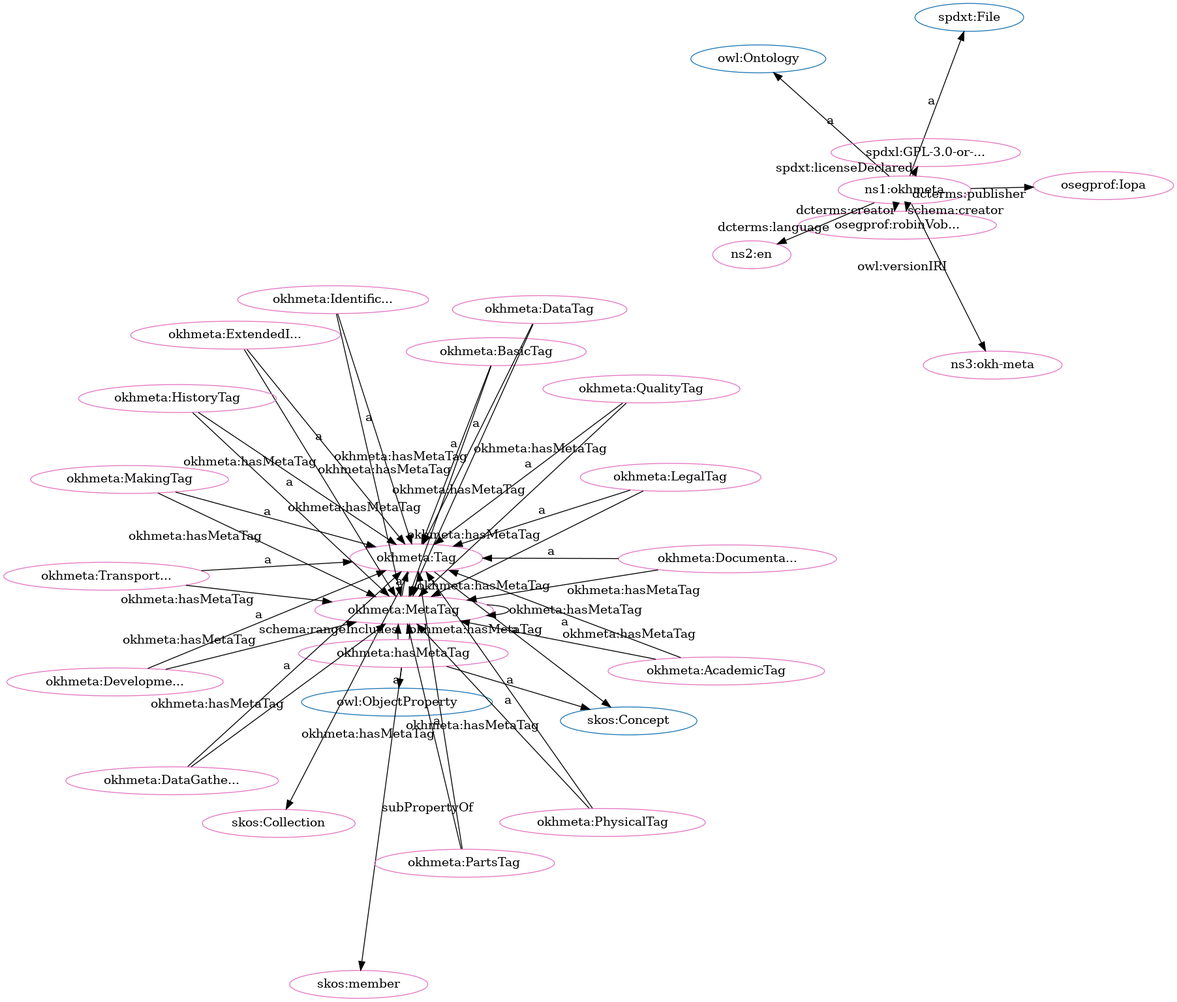
Before: src/spec/fdp_okh-meta.png, a diagram exported from Graphviz (iop-alliance/OpenKnowHow). Its source is kept beside it as src/spec/fdp_okh-meta.dot.
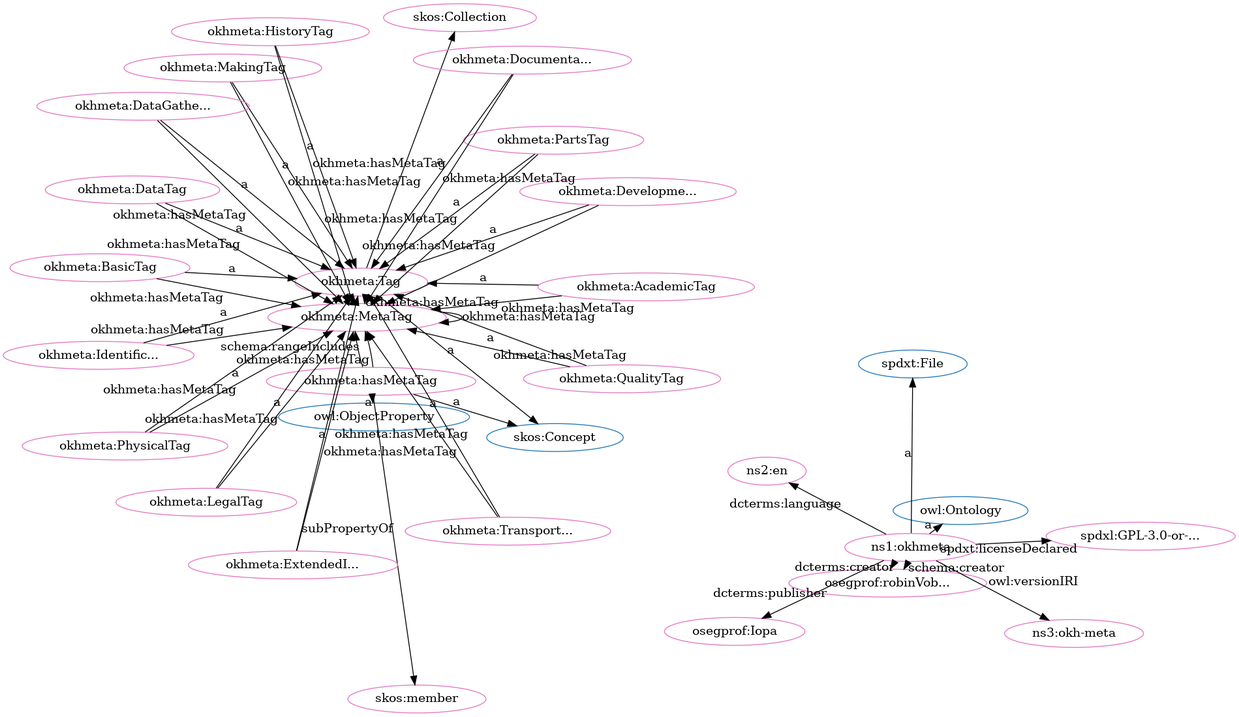
Above is the later version.

What changed in the source:
```diff
@@ -1,85 +1,85 @@
 digraph G {
   rankdir=BT
   node[height=.3]
+"http://spdx.org/rdf/terms#File" [fillcolor="#1f77b4" color="#1f77b4" label="spdxt:File"]
+"http://www.w3.org/2002/07/owl#ObjectProperty" [fillcolor="#1f77b4" color="#1f77b4" label="owl:ObjectProperty"]
+"http://www.w3.org/2004/02/skos/core#Concept" [fillcolor="#1f77b4" color="#1f77b4" label="skos:Concept"]
+"http://www.w3.org/2002/07/owl#Ontology" [fillcolor="#1f77b4" color="#1f77b4" label="owl:Ontology"]
+"https://w3id.org/oseg/ont/okhmeta#Tag" [fillcolor="#1f77b4" color="#1f77b4" label="okhmeta:Tag"]
 "http://www.w3.org/2004/02/skos/core#Collection" [fillcolor="#1f77b4" color="#1f77b4" label="skos:Collection"]
-"http://www.w3.org/2002/07/owl#Ontology" [fillcolor="#1f77b4" color="#1f77b4" label="owl:Ontology"]
-"http://www.w3.org/2004/02/skos/core#Concept" [fillcolor="#1f77b4" color="#1f77b4" label="skos:Concept"]
-"http://www.w3.org/2002/07/owl#ObjectProperty" [fillcolor="#1f77b4" color="#1f77b4" label="owl:ObjectProperty"]
 "https://w3id.org/oseg/ont/okhmeta#MetaTag" [fillcolor="#1f77b4" color="#1f77b4" label="okhmeta:MetaTag"]
-"https://w3id.org/oseg/ont/okhmeta#Tag" [fillcolor="#1f77b4" color="#1f77b4" label="okhmeta:Tag"]
-"http://spdx.org/rdf/terms#File" [fillcolor="#1f77b4" color="#1f77b4" label="spdxt:File"]
-"https://w3id.org/oseg/ont/okhmeta#DocumentationTag" [fillcolor="#e377c2" color="#e377c2" label="okhmeta:Documenta..."]
+"https://w3id.org/oseg/ont/okhmeta#IdentificationTag" [fillcolor="#e377c2" color="#e377c2" label="okhmeta:Identific..."]
+"https://w3id.org/oseg/ont/okhmeta#hasMetaTag" [fillcolor="#e377c2" color="#e377c2" label="okhmeta:hasMetaTag"]
+"https://w3id.org/oseg/ont/okhmeta#PartsTag" [fillcolor="#e377c2" color="#e377c2" label="okhmeta:PartsTag"]
+"https://w3id.org/oseg/ont/okhmeta#MetaTag" [fillcolor="#e377c2" color="#e377c2" label="okhmeta:MetaTag"]
+"https://w3id.org/oseg/ont/okhmeta#LegalTag" [fillcolor="#e377c2" color="#e377c2" label="okhmeta:LegalTag"]
 "https://w3id.org/oseg/ont/oseg-profiles#robinVobruba" [fillcolor="#e377c2" color="#e377c2" label="osegprof:robinVob..."]
-"https://w3id.org/oseg/ont/okhmeta#MetaTag" [fillcolor="#e377c2" color="#e377c2" label="okhmeta:MetaTag"]
-"https://w3id.org/oseg/ont/okhmeta#hasMetaTag" [fillcolor="#e377c2" color="#e377c2" label="okhmeta:hasMetaTag"]
 "https://w3id.org/oseg/ont/okhmeta#Tag" [fillcolor="#e377c2" color="#e377c2" label="okhmeta:Tag"]
-"https://w3id.org/oseg/ont/okhmeta#LegalTag" [fillcolor="#e377c2" color="#e377c2" label="okhmeta:LegalTag"]
+"https://w3id.org/oseg/ont/okhmeta#MakingTag" [fillcolor="#e377c2" color="#e377c2" label="okhmeta:MakingTag"]
+"https://w3id.org/oseg/ont/okhmeta#QualityTag" [fillcolor="#e377c2" color="#e377c2" label="okhmeta:QualityTag"]
+"http://www.w3.org/2004/02/skos/core#Collection" [fillcolor="#e377c2" color="#e377c2" label="skos:Collection"]
+"https://w3id.org/oseg/ont/okhmeta#DataGatheringTag" [fillcolor="#e377c2" color="#e377c2" label="okhmeta:DataGathe..."]
+"https://w3id.org/oseg/ont/okhmeta#DevelopmentTag" [fillcolor="#e377c2" color="#e377c2" label="okhmeta:Developme..."]
 "https://w3id.org/oseg/ont/okhmeta#AcademicTag" [fillcolor="#e377c2" color="#e377c2" label="okhmeta:AcademicTag"]
-"https://w3id.org/oseg/ont/okhmeta#DataGatheringTag" [fillcolor="#e377c2" color="#e377c2" label="okhmeta:DataGathe..."]
-"https://w3id.org/oseg/ont/okhmeta#BasicTag" [fillcolor="#e377c2" color="#e377c2" label="okhmeta:BasicTag"]
-"https://w3id.org/oseg/ont/okhmeta#MakingTag" [fillcolor="#e377c2" color="#e377c2" label="okhmeta:MakingTag"]
-"https://w3id.org/oseg/ont/okhmeta#PartsTag" [fillcolor="#e377c2" color="#e377c2" label="okhmeta:PartsTag"]
+"https://w3id.org/oseg/ont/okhmeta" [fillcolor="#e377c2" color="#e377c2" label="ns1:okhmeta"]
 "https://w3id.org/oseg/ont/okhmeta#DataTag" [fillcolor="#e377c2" color="#e377c2" label="okhmeta:DataTag"]
-"https://w3id.org/oseg/ont/okhmeta" [fillcolor="#e377c2" color="#e377c2" label="ns1:okhmeta"]
-"https://w3id.org/oseg/ont/okhmeta#TransportationTag" [fillcolor="#e377c2" color="#e377c2" label="okhmeta:Transport..."]
-"https://w3id.org/oseg/ont/oseg-profiles#Iopa" [fillcolor="#e377c2" color="#e377c2" label="osegprof:Iopa"]
 "http://www.w3.org/2004/02/skos/core#member" [fillcolor="#e377c2" color="#e377c2" label="skos:member"]
 "https://spdx.org/licenses/GPL-3.0-or-later" [fillcolor="#e377c2" color="#e377c2" label="spdxl:GPL-3.0-or-..."]
+"http://id.loc.gov/vocabulary/iso639-1/en" [fillcolor="#e377c2" color="#e377c2" label="ns2:en"]
+"https://w3id.org/oseg/ont/oseg-profiles#Iopa" [fillcolor="#e377c2" color="#e377c2" label="osegprof:Iopa"]
+"https://w3id.org/oseg/ont/okhmeta#ExtendedInfoTag" [fillcolor="#e377c2" color="#e377c2" label="okhmeta:ExtendedI..."]
+"https://w3id.org/oseg/ont/okhmeta#BasicTag" [fillcolor="#e377c2" color="#e377c2" label="okhmeta:BasicTag"]
+"https://w3id.org/oseg/ont/okhmeta#DocumentationTag" [fillcolor="#e377c2" color="#e377c2" label="okhmeta:Documenta..."]
+"https://w3id.org/oseg/ont/1.1.0/okh-meta" [fillcolor="#e377c2" color="#e377c2" label="ns3:okh-meta"]
 "https://w3id.org/oseg/ont/okhmeta#PhysicalTag" [fillcolor="#e377c2" color="#e377c2" label="okhmeta:PhysicalTag"]
-"https://w3id.org/oseg/ont/okhmeta#ExtendedInfoTag" [fillcolor="#e377c2" color="#e377c2" label="okhmeta:ExtendedI..."]
-"https://w3id.org/oseg/ont/okhmeta#QualityTag" [fillcolor="#e377c2" color="#e377c2" label="okhmeta:QualityTag"]
-"http://id.loc.gov/vocabulary/iso639-1/en" [fillcolor="#e377c2" color="#e377c2" label="ns2:en"]
-"https://w3id.org/oseg/ont/1.1.0/okh-meta" [fillcolor="#e377c2" color="#e377c2" label="ns3:okh-meta"]
+"https://w3id.org/oseg/ont/okhmeta#TransportationTag" [fillcolor="#e377c2" color="#e377c2" label="okhmeta:Transport..."]
 "https://w3id.org/oseg/ont/okhmeta#HistoryTag" [fillcolor="#e377c2" color="#e377c2" label="okhmeta:HistoryTag"]
-"https://w3id.org/oseg/ont/okhmeta#IdentificationTag" [fillcolor="#e377c2" color="#e377c2" label="okhmeta:Identific..."]
-"http://www.w3.org/2004/02/skos/core#Collection" [fillcolor="#e377c2" color="#e377c2" label="skos:Collection"]
-"https://w3id.org/oseg/ont/okhmeta#DevelopmentTag" [fillcolor="#e377c2" color="#e377c2" label="okhmeta:Developme..."]
+  "https://w3id.org/oseg/ont/okhmeta#IdentificationTag" -> "https://w3id.org/oseg/ont/okhmeta#Tag" [label="a"]
+  "https://w3id.org/oseg/ont/okhmeta#PartsTag" -> "https://w3id.org/oseg/ont/okhmeta#Tag" [label="a"]
+  "https://w3id.org/oseg/ont/okhmeta#DocumentationTag" -> "https://w3id.org/oseg/ont/okhmeta#MetaTag" [label="okhmeta:hasMetaTag"]
+  "https://w3id.org/oseg/ont/okhmeta" -> "https://w3id.org/oseg/ont/oseg-profiles#robinVobruba" [label="schema:creator"]
+  "https://w3id.org/oseg/ont/okhmeta#PhysicalTag" -> "https://w3id.org/oseg/ont/okhmeta#MetaTag" [label="okhmeta:hasMetaTag"]
+  "https://w3id.org/oseg/ont/okhmeta#Tag" -> "http://www.w3.org/2004/02/skos/core#Concept" [label="a"]
+  "https://w3id.org/oseg/ont/okhmeta#MakingTag" -> "https://w3id.org/oseg/ont/okhmeta#Tag" [label="a"]
+  "https://w3id.org/oseg/ont/okhmeta#AcademicTag" -> "https://w3id.org/oseg/ont/okhmeta#MetaTag" [label="okhmeta:hasMetaTag"]
+  "https://w3id.org/oseg/ont/okhmeta#DataGatheringTag" -> "https://w3id.org/oseg/ont/okhmeta#Tag" [label="a"]
+  "https://w3id.org/oseg/ont/okhmeta#AcademicTag" -> "https://w3id.org/oseg/ont/okhmeta#Tag" [label="a"]
+  "https://w3id.org/oseg/ont/okhmeta#LegalTag" -> "https://w3id.org/oseg/ont/okhmeta#MetaTag" [label="okhmeta:hasMetaTag"]
+  "https://w3id.org/oseg/ont/okhmeta" -> "http://spdx.org/rdf/terms#File" [label="a"]
+  "https://w3id.org/oseg/ont/okhmeta#BasicTag" -> "https://w3id.org/oseg/ont/okhmeta#MetaTag" [label="okhmeta:hasMetaTag"]
+  "https://w3id.org/oseg/ont/okhmeta" -> "https://spdx.org/licenses/GPL-3.0-or-later" [label="spdxt:licenseDeclared"]
+  "https://w3id.org/oseg/ont/okhmeta" -> "http://id.loc.gov/vocabulary/iso639-1/en" [label="dcterms:language"]
+  "https://w3id.org/oseg/ont/okhmeta#QualityTag" -> "https://w3id.org/oseg/ont/okhmeta#MetaTag" [label="okhmeta:hasMetaTag"]
   "https://w3id.org/oseg/ont/okhmeta#DocumentationTag" -> "https://w3id.org/oseg/ont/okhmeta#Tag" [label="a"]
-  "https://w3id.org/oseg/ont/okhmeta#BasicTag" -> "https://w3id.org/oseg/ont/okhmeta#MetaTag" [label="okhmeta:hasMetaTag"]
-  "https://w3id.org/oseg/ont/okhmeta#LegalTag" -> "https://w3id.org/oseg/ont/okhmeta#Tag" [label="a"]
-  "https://w3id.org/oseg/ont/okhmeta#AcademicTag" -> "https://w3id.org/oseg/ont/okhmeta#Tag" [label="a"]
-  "https://w3id.org/oseg/ont/okhmeta#DataGatheringTag" -> "https://w3id.org/oseg/ont/okhmeta#Tag" [label="a"]
-  "https://w3id.org/oseg/ont/okhmeta#BasicTag" -> "https://w3id.org/oseg/ont/okhmeta#Tag" [label="a"]
-  "https://w3id.org/oseg/ont/okhmeta#hasMetaTag" -> "https://w3id.org/oseg/ont/okhmeta#MetaTag" [label="schema:rangeIncludes"]
-  "https://w3id.org/oseg/ont/okhmeta#hasMetaTag" -> "https://w3id.org/oseg/ont/okhmeta#MetaTag" [label="okhmeta:hasMetaTag"]
-  "https://w3id.org/oseg/ont/okhmeta#Tag" -> "https://w3id.org/oseg/ont/okhmeta#MetaTag" [label="okhmeta:hasMetaTag"]
-  "https://w3id.org/oseg/ont/okhmeta#TransportationTag" -> "https://w3id.org/oseg/ont/okhmeta#Tag" [label="a"]
-  "https://w3id.org/oseg/ont/okhmeta" -> "https://w3id.org/oseg/ont/oseg-profiles#Iopa" [label="dcterms:publisher"]
-  "https://w3id.org/oseg/ont/okhmeta#PartsTag" -> "https://w3id.org/oseg/ont/okhmeta#MetaTag" [label="okhmeta:hasMetaTag"]
-  "https://w3id.org/oseg/ont/okhmeta#LegalTag" -> "https://w3id.org/oseg/ont/okhmeta#MetaTag" [label="okhmeta:hasMetaTag"]
-  "https://w3id.org/oseg/ont/okhmeta" -> "https://spdx.org/licenses/GPL-3.0-or-later" [label="spdxt:licenseDeclared"]
-  "https://w3id.org/oseg/ont/okhmeta#QualityTag" -> "https://w3id.org/oseg/ont/okhmeta#MetaTag" [label="okhmeta:hasMetaTag"]
-  "https://w3id.org/oseg/ont/okhmeta#QualityTag" -> "https://w3id.org/oseg/ont/okhmeta#Tag" [label="a"]
-  "https://w3id.org/oseg/ont/okhmeta" -> "http://id.loc.gov/vocabulary/iso639-1/en" [label="dcterms:language"]
-  "https://w3id.org/oseg/ont/okhmeta#HistoryTag" -> "https://w3id.org/oseg/ont/okhmeta#MetaTag" [label="okhmeta:hasMetaTag"]
-  "https://w3id.org/oseg/ont/okhmeta#IdentificationTag" -> "https://w3id.org/oseg/ont/okhmeta#MetaTag" [label="okhmeta:hasMetaTag"]
-  "https://w3id.org/oseg/ont/okhmeta#TransportationTag" -> "https://w3id.org/oseg/ont/okhmeta#MetaTag" [label="okhmeta:hasMetaTag"]
-  "https://w3id.org/oseg/ont/okhmeta#HistoryTag" -> "https://w3id.org/oseg/ont/okhmeta#Tag" [label="a"]
-  "https://w3id.org/oseg/ont/okhmeta#IdentificationTag" -> "https://w3id.org/oseg/ont/okhmeta#Tag" [label="a"]
-  "https://w3id.org/oseg/ont/okhmeta#AcademicTag" -> "https://w3id.org/oseg/ont/okhmeta#MetaTag" [label="okhmeta:hasMetaTag"]
-  "https://w3id.org/oseg/ont/okhmeta" -> "https://w3id.org/oseg/ont/oseg-profiles#robinVobruba" [label="schema:creator"]
+  "https://w3id.org/oseg/ont/okhmeta#PhysicalTag" -> "https://w3id.org/oseg/ont/okhmeta#Tag" [label="a"]
+  "https://w3id.org/oseg/ont/okhmeta#DataGatheringTag" -> "https://w3id.org/oseg/ont/okhmeta#MetaTag" [label="okhmeta:hasMetaTag"]
   "https://w3id.org/oseg/ont/okhmeta" -> "https://w3id.org/oseg/ont/oseg-profiles#robinVobruba" [label="dcterms:creator"]
   "https://w3id.org/oseg/ont/okhmeta#hasMetaTag" -> "http://www.w3.org/2004/02/skos/core#Concept" [label="a"]
-  "https://w3id.org/oseg/ont/okhmeta#Tag" -> "http://www.w3.org/2004/02/skos/core#Concept" [label="a"]
+  "https://w3id.org/oseg/ont/okhmeta#Tag" -> "https://w3id.org/oseg/ont/okhmeta#MetaTag" [label="okhmeta:hasMetaTag"]
+  "https://w3id.org/oseg/ont/okhmeta#LegalTag" -> "https://w3id.org/oseg/ont/okhmeta#Tag" [label="a"]
+  "https://w3id.org/oseg/ont/okhmeta#MetaTag" -> "https://w3id.org/oseg/ont/okhmeta#MetaTag" [label="okhmeta:hasMetaTag"]
   "https://w3id.org/oseg/ont/okhmeta#MakingTag" -> "https://w3id.org/oseg/ont/okhmeta#MetaTag" [label="okhmeta:hasMetaTag"]
-  "https://w3id.org/oseg/ont/okhmeta#MetaTag" -> "https://w3id.org/oseg/ont/okhmeta#MetaTag" [label="okhmeta:hasMetaTag"]
-  "https://w3id.org/oseg/ont/okhmeta#MakingTag" -> "https://w3id.org/oseg/ont/okhmeta#Tag" [label="a"]
-  "https://w3id.org/oseg/ont/okhmeta#PartsTag" -> "https://w3id.org/oseg/ont/okhmeta#Tag" [label="a"]
+  "https://w3id.org/oseg/ont/okhmeta#MetaTag" -> "https://w3id.org/oseg/ont/okhmeta#Tag" [label="a"]
+  "https://w3id.org/oseg/ont/okhmeta#hasMetaTag" -> "https://w3id.org/oseg/ont/okhmeta#MetaTag" [label="schema:rangeIncludes"]
+  "https://w3id.org/oseg/ont/okhmeta#IdentificationTag" -> "https://w3id.org/oseg/ont/okhmeta#MetaTag" [label="okhmeta:hasMetaTag"]
+  "https://w3id.org/oseg/ont/okhmeta#QualityTag" -> "https://w3id.org/oseg/ont/okhmeta#Tag" [label="a"]
+  "https://w3id.org/oseg/ont/okhmeta#TransportationTag" -> "https://w3id.org/oseg/ont/okhmeta#MetaTag" [label="okhmeta:hasMetaTag"]
+  "https://w3id.org/oseg/ont/okhmeta#PartsTag" -> "https://w3id.org/oseg/ont/okhmeta#MetaTag" [label="okhmeta:hasMetaTag"]
+  "https://w3id.org/oseg/ont/okhmeta#hasMetaTag" -> "https://w3id.org/oseg/ont/okhmeta#MetaTag" [label="okhmeta:hasMetaTag"]
   "https://w3id.org/oseg/ont/okhmeta#DataTag" -> "https://w3id.org/oseg/ont/okhmeta#MetaTag" [label="okhmeta:hasMetaTag"]
+  "https://w3id.org/oseg/ont/okhmeta#hasMetaTag" -> "http://www.w3.org/2002/07/owl#ObjectProperty" [label="a"]
+  "https://w3id.org/oseg/ont/okhmeta#DevelopmentTag" -> "https://w3id.org/oseg/ont/okhmeta#Tag" [label="a"]
+  "https://w3id.org/oseg/ont/okhmeta#DevelopmentTag" -> "https://w3id.org/oseg/ont/okhmeta#MetaTag" [label="okhmeta:hasMetaTag"]
   "https://w3id.org/oseg/ont/okhmeta#DataTag" -> "https://w3id.org/oseg/ont/okhmeta#Tag" [label="a"]
-  "https://w3id.org/oseg/ont/okhmeta#MetaTag" -> "https://w3id.org/oseg/ont/okhmeta#Tag" [label="a"]
-  "https://w3id.org/oseg/ont/okhmeta" -> "http://spdx.org/rdf/terms#File" [label="a"]
+  "https://w3id.org/oseg/ont/okhmeta#ExtendedInfoTag" -> "https://w3id.org/oseg/ont/okhmeta#MetaTag" [label="okhmeta:hasMetaTag"]
+  "https://w3id.org/oseg/ont/okhmeta#hasMetaTag" -> "http://www.w3.org/2004/02/skos/core#member" [label="subPropertyOf"]
+  "https://w3id.org/oseg/ont/okhmeta" -> "https://w3id.org/oseg/ont/oseg-profiles#Iopa" [label="dcterms:publisher"]
+  "https://w3id.org/oseg/ont/okhmeta#ExtendedInfoTag" -> "https://w3id.org/oseg/ont/okhmeta#Tag" [label="a"]
+  "https://w3id.org/oseg/ont/okhmeta#BasicTag" -> "https://w3id.org/oseg/ont/okhmeta#Tag" [label="a"]
   "https://w3id.org/oseg/ont/okhmeta" -> "http://www.w3.org/2002/07/owl#Ontology" [label="a"]
-  "https://w3id.org/oseg/ont/okhmeta#PhysicalTag" -> "https://w3id.org/oseg/ont/okhmeta#MetaTag" [label="okhmeta:hasMetaTag"]
-  "https://w3id.org/oseg/ont/okhmeta#hasMetaTag" -> "http://www.w3.org/2004/02/skos/core#member" [label="subPropertyOf"]
-  "https://w3id.org/oseg/ont/okhmeta#PhysicalTag" -> "https://w3id.org/oseg/ont/okhmeta#Tag" [label="a"]
-  "https://w3id.org/oseg/ont/okhmeta#ExtendedInfoTag" -> "https://w3id.org/oseg/ont/okhmeta#MetaTag" [label="okhmeta:hasMetaTag"]
-  "https://w3id.org/oseg/ont/okhmeta#hasMetaTag" -> "http://www.w3.org/2002/07/owl#ObjectProperty" [label="a"]
-  "https://w3id.org/oseg/ont/okhmeta#ExtendedInfoTag" -> "https://w3id.org/oseg/ont/okhmeta#Tag" [label="a"]
+  "https://w3id.org/oseg/ont/okhmeta#HistoryTag" -> "https://w3id.org/oseg/ont/okhmeta#MetaTag" [label="okhmeta:hasMetaTag"]
   "https://w3id.org/oseg/ont/okhmeta" -> "https://w3id.org/oseg/ont/1.1.0/okh-meta" [label="owl:versionIRI"]
-  "https://w3id.org/oseg/ont/okhmeta#DevelopmentTag" -> "https://w3id.org/oseg/ont/okhmeta#MetaTag" [label="okhmeta:hasMetaTag"]
+  "https://w3id.org/oseg/ont/okhmeta#TransportationTag" -> "https://w3id.org/oseg/ont/okhmeta#Tag" [label="a"]
+  "https://w3id.org/oseg/ont/okhmeta#HistoryTag" -> "https://w3id.org/oseg/ont/okhmeta#Tag" [label="a"]
   "https://w3id.org/oseg/ont/okhmeta#Tag" -> "http://www.w3.org/2004/02/skos/core#Collection" [label=""]
-  "https://w3id.org/oseg/ont/okhmeta#DevelopmentTag" -> "https://w3id.org/oseg/ont/okhmeta#Tag" [label="a"]
-  "https://w3id.org/oseg/ont/okhmeta#DocumentationTag" -> "https://w3id.org/oseg/ont/okhmeta#MetaTag" [label="okhmeta:hasMetaTag"]
-  "https://w3id.org/oseg/ont/okhmeta#DataGatheringTag" -> "https://w3id.org/oseg/ont/okhmeta#MetaTag" [label="okhmeta:hasMetaTag"]
 }
```
